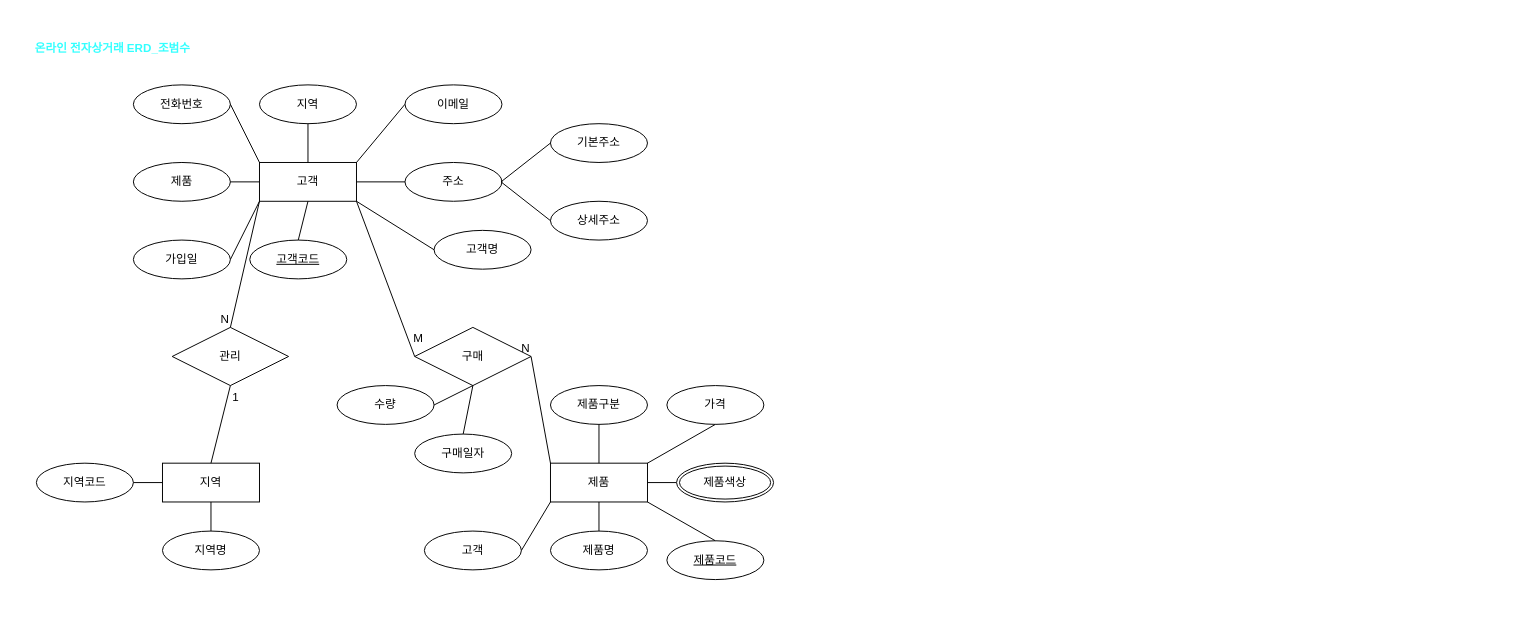
This is product.drawio from beomsu-j/bigdata, a draw.io file, before an edit. Source tidied: cells renumbered, new cells numbered last; positions are measured from the earlier drawing's top-left corner, leaving out a move shared by most shapes. Both pictures are drawn from the tidied source at 97%, with x=0, y=0 at pixel (16, 34).
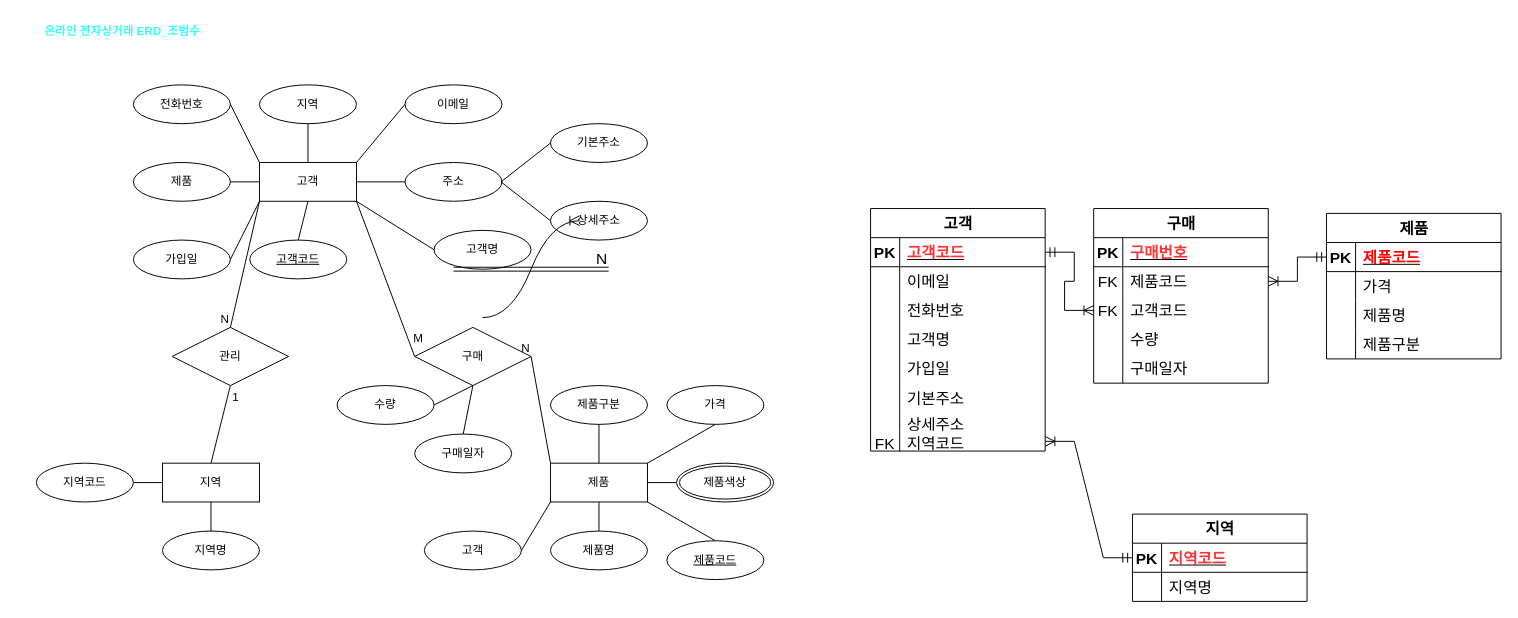
After the change.

What changed in the source:
```diff
@@
     <mxCell id="57" value="&lt;b&gt;&lt;font color=&quot;#33ffff&quot;&gt;온라인 전자상거래 ERD_조범수&amp;nbsp;&lt;/font&gt;&lt;/b&gt;" style="text;html=1;align=center;verticalAlign=middle;strokeColor=none;fillColor=none;" parent="1" vertex="1">
-      <mxGeometry width="200" height="30" as="geometry" />
+      <mxGeometry x="10" y="-18" width="200" height="30" as="geometry" />
     </mxCell>
+    <mxCell id="58" value="고객" style="shape=table;startSize=30;childLayout=tableLayout;rowLines=0;fontStyle=1;align=center;html=1;fontSize=16;" parent="1" vertex="1">
+      <mxGeometry x="880" y="179.5" width="180" height="250" as="geometry" />
+    </mxCell>
+    <mxCell id="59" style="shape=tableRow;horizontal=0;startSize=0;swimlaneHead=0;swimlaneBody=0;fillColor=none;points=[[0,0.5],[1,0.5]];portConstraint=eastwest;top=0;left=0;right=0;bottom=1;fontSize=16;" parent="58" vertex="1">
+      <mxGeometry y="30" width="180" height="30" as="geometry" />
+    </mxCell>
+    <mxCell id="60" value="PK" style="shape=partialRectangle;fillColor=none;top=0;left=0;bottom=0;right=0;fontStyle=1;overflow=hidden;whiteSpace=wrap;html=1;fontSize=16;" parent="59" vertex="1">
+      <mxGeometry width="30" height="30" as="geometry" />
+    </mxCell>
+    <mxCell id="61" value="&lt;font color=&quot;#ff3333&quot;&gt;고객코드&lt;/font&gt;" style="shape=partialRectangle;fillColor=none;top=0;left=0;bottom=0;right=0;align=left;spacingLeft=6;fontStyle=5;overflow=hidden;whiteSpace=wrap;html=1;fontSize=16;" parent="59" vertex="1">
+      <mxGeometry x="30" width="150" height="30" as="geometry" />
+    </mxCell>
+    <mxCell id="62" style="shape=tableRow;horizontal=0;startSize=0;swimlaneHead=0;swimlaneBody=0;fillColor=none;top=0;left=0;right=0;bottom=0;fontSize=16;" parent="58" vertex="1">
+      <mxGeometry y="60" width="180" height="30" as="geometry" />
+    </mxCell>
+    <mxCell id="63" style="shape=partialRectangle;fillColor=none;top=0;left=0;bottom=0;right=0;overflow=hidden;whiteSpace=wrap;html=1;fontSize=16;" parent="62" vertex="1">
+      <mxGeometry width="30" height="30" as="geometry" />
+    </mxCell>
+    <mxCell id="64" value="이메일" style="shape=partialRectangle;fillColor=none;top=0;left=0;bottom=0;right=0;align=left;spacingLeft=6;overflow=hidden;whiteSpace=wrap;html=1;fontSize=16;" parent="62" vertex="1">
+      <mxGeometry x="30" width="150" height="30" as="geometry" />
+    </mxCell>
+    <mxCell id="65" style="shape=tableRow;horizontal=0;startSize=0;swimlaneHead=0;swimlaneBody=0;fillColor=none;top=0;left=0;right=0;bottom=0;fontSize=16;" parent="58" vertex="1">
+      <mxGeometry y="90" width="180" height="30" as="geometry" />
+    </mxCell>
+    <mxCell id="66" style="shape=partialRectangle;fillColor=none;top=0;left=0;bottom=0;right=0;overflow=hidden;whiteSpace=wrap;html=1;fontSize=16;" parent="65" vertex="1">
+      <mxGeometry width="30" height="30" as="geometry" />
+    </mxCell>
+    <mxCell id="67" value="전화번호" style="shape=partialRectangle;fillColor=none;top=0;left=0;bottom=0;right=0;align=left;spacingLeft=6;overflow=hidden;whiteSpace=wrap;html=1;fontSize=16;" parent="65" vertex="1">
+      <mxGeometry x="30" width="150" height="30" as="geometry" />
+    </mxCell>
+    <mxCell id="68" style="shape=tableRow;horizontal=0;startSize=0;swimlaneHead=0;swimlaneBody=0;fillColor=none;top=0;left=0;right=0;bottom=0;fontSize=16;" parent="58" vertex="1">
+      <mxGeometry y="120" width="180" height="30" as="geometry" />
+    </mxCell>
+    <mxCell id="69" style="shape=partialRectangle;fillColor=none;top=0;left=0;bottom=0;right=0;overflow=hidden;whiteSpace=wrap;html=1;fontSize=16;" parent="68" vertex="1">
+      <mxGeometry width="30" height="30" as="geometry" />
+    </mxCell>
+    <mxCell id="70" value="고객명" style="shape=partialRectangle;fillColor=none;top=0;left=0;bottom=0;right=0;align=left;spacingLeft=6;overflow=hidden;whiteSpace=wrap;html=1;fontSize=16;" parent="68" vertex="1">
+      <mxGeometry x="30" width="150" height="30" as="geometry" />
+    </mxCell>
+    <mxCell id="71" style="shape=tableRow;horizontal=0;startSize=0;swimlaneHead=0;swimlaneBody=0;fillColor=none;top=0;left=0;right=0;bottom=0;fontSize=16;" parent="58" vertex="1">
+      <mxGeometry y="150" width="180" height="30" as="geometry" />
+    </mxCell>
+    <mxCell id="72" style="shape=partialRectangle;fillColor=none;top=0;left=0;bottom=0;right=0;overflow=hidden;whiteSpace=wrap;html=1;fontSize=16;" parent="71" vertex="1">
+      <mxGeometry width="30" height="30" as="geometry" />
+    </mxCell>
+    <mxCell id="73" value="가입일" style="shape=partialRectangle;fillColor=none;top=0;left=0;bottom=0;right=0;align=left;spacingLeft=6;overflow=hidden;whiteSpace=wrap;html=1;fontSize=16;" parent="71" vertex="1">
+      <mxGeometry x="30" width="150" height="30" as="geometry" />
+    </mxCell>
+    <mxCell id="74" style="shape=tableRow;horizontal=0;startSize=0;swimlaneHead=0;swimlaneBody=0;fillColor=none;top=0;left=0;right=0;bottom=0;fontSize=16;" parent="58" vertex="1">
+      <mxGeometry y="180" width="180" height="30" as="geometry" />
+    </mxCell>
+    <mxCell id="75" style="shape=partialRectangle;fillColor=none;top=0;left=0;bottom=0;right=0;overflow=hidden;whiteSpace=wrap;html=1;fontSize=16;" parent="74" vertex="1">
+      <mxGeometry width="30" height="30" as="geometry" />
+    </mxCell>
+    <mxCell id="76" value="기본주소" style="shape=partialRectangle;fillColor=none;top=0;left=0;bottom=0;right=0;align=left;spacingLeft=6;overflow=hidden;whiteSpace=wrap;html=1;fontSize=16;" parent="74" vertex="1">
+      <mxGeometry x="30" width="150" height="30" as="geometry" />
+    </mxCell>
+    <mxCell id="77" style="shape=tableRow;horizontal=0;startSize=0;swimlaneHead=0;swimlaneBody=0;fillColor=none;top=0;left=0;right=0;bottom=0;fontSize=16;" parent="58" vertex="1">
+      <mxGeometry y="210" width="180" height="20" as="geometry" />
+    </mxCell>
+    <mxCell id="78" style="shape=partialRectangle;fillColor=none;top=0;left=0;bottom=0;right=0;overflow=hidden;whiteSpace=wrap;html=1;fontSize=16;" parent="77" vertex="1">
+      <mxGeometry width="30" height="20" as="geometry" />
+    </mxCell>
+    <mxCell id="79" value="상세주소" style="shape=partialRectangle;fillColor=none;top=0;left=0;bottom=0;right=0;align=left;spacingLeft=6;overflow=hidden;whiteSpace=wrap;html=1;fontSize=16;" parent="77" vertex="1">
+      <mxGeometry x="30" width="150" height="20" as="geometry" />
+    </mxCell>
+    <mxCell id="80" style="shape=tableRow;horizontal=0;startSize=0;swimlaneHead=0;swimlaneBody=0;fillColor=none;points=[[0,0.5],[1,0.5]];portConstraint=eastwest;top=0;left=0;right=0;bottom=0;fontSize=16;" parent="58" vertex="1">
+      <mxGeometry y="230" width="180" height="20" as="geometry" />
+    </mxCell>
+    <mxCell id="81" value="FK" style="shape=partialRectangle;fillColor=none;top=0;left=0;bottom=0;right=0;overflow=hidden;whiteSpace=wrap;html=1;fontSize=16;" parent="80" vertex="1">
+      <mxGeometry width="30" height="20" as="geometry" />
+    </mxCell>
+    <mxCell id="82" value="지역코드" style="shape=partialRectangle;fillColor=none;top=0;left=0;bottom=0;right=0;align=left;spacingLeft=6;overflow=hidden;whiteSpace=wrap;html=1;fontSize=16;" parent="80" vertex="1">
+      <mxGeometry x="30" width="150" height="20" as="geometry" />
+    </mxCell>
+    <mxCell id="83" value="제품" style="shape=table;startSize=30;childLayout=tableLayout;rowLines=0;fontStyle=1;align=center;html=1;fontSize=16;" parent="1" vertex="1">
+      <mxGeometry x="1350" y="184.5" width="180" height="150" as="geometry" />
+    </mxCell>
+    <mxCell id="84" style="shape=tableRow;horizontal=0;startSize=0;swimlaneHead=0;swimlaneBody=0;fillColor=none;points=[[0,0.5],[1,0.5]];portConstraint=eastwest;top=0;left=0;right=0;bottom=1;fontSize=16;" parent="83" vertex="1">
+      <mxGeometry y="30" width="180" height="30" as="geometry" />
+    </mxCell>
+    <mxCell id="85" value="PK" style="shape=partialRectangle;fillColor=none;top=0;left=0;bottom=0;right=0;fontStyle=1;overflow=hidden;whiteSpace=wrap;html=1;fontSize=16;" parent="84" vertex="1">
+      <mxGeometry width="30" height="30" as="geometry" />
+    </mxCell>
+    <mxCell id="86" value="&lt;font color=&quot;#ff0000&quot;&gt;제품코드&lt;/font&gt;" style="shape=partialRectangle;fillColor=none;top=0;left=0;bottom=0;right=0;align=left;spacingLeft=6;fontStyle=5;overflow=hidden;whiteSpace=wrap;html=1;fontSize=16;" parent="84" vertex="1">
+      <mxGeometry x="30" width="150" height="30" as="geometry" />
+    </mxCell>
+    <mxCell id="87" style="shape=tableRow;horizontal=0;startSize=0;swimlaneHead=0;swimlaneBody=0;fillColor=none;top=0;left=0;right=0;bottom=0;fontSize=16;" parent="83" vertex="1">
+      <mxGeometry y="60" width="180" height="30" as="geometry" />
+    </mxCell>
+    <mxCell id="88" style="shape=partialRectangle;fillColor=none;top=0;left=0;bottom=0;right=0;overflow=hidden;whiteSpace=wrap;html=1;fontSize=16;" parent="87" vertex="1">
+      <mxGeometry width="30" height="30" as="geometry" />
+    </mxCell>
+    <mxCell id="89" value="가격" style="shape=partialRectangle;fillColor=none;top=0;left=0;bottom=0;right=0;align=left;spacingLeft=6;overflow=hidden;whiteSpace=wrap;html=1;fontSize=16;" parent="87" vertex="1">
+      <mxGeometry x="30" width="150" height="30" as="geometry" />
+    </mxCell>
+    <mxCell id="90" style="shape=tableRow;horizontal=0;startSize=0;swimlaneHead=0;swimlaneBody=0;fillColor=none;top=0;left=0;right=0;bottom=0;fontSize=16;" parent="83" vertex="1">
+      <mxGeometry y="90" width="180" height="30" as="geometry" />
+    </mxCell>
+    <mxCell id="91" style="shape=partialRectangle;fillColor=none;top=0;left=0;bottom=0;right=0;overflow=hidden;whiteSpace=wrap;html=1;fontSize=16;" parent="90" vertex="1">
+      <mxGeometry width="30" height="30" as="geometry" />
+    </mxCell>
+    <mxCell id="92" value="제품명" style="shape=partialRectangle;fillColor=none;top=0;left=0;bottom=0;right=0;align=left;spacingLeft=6;overflow=hidden;whiteSpace=wrap;html=1;fontSize=16;" parent="90" vertex="1">
+      <mxGeometry x="30" width="150" height="30" as="geometry" />
+    </mxCell>
+    <mxCell id="93" style="shape=tableRow;horizontal=0;startSize=0;swimlaneHead=0;swimlaneBody=0;fillColor=none;top=0;left=0;right=0;bottom=0;fontSize=16;" parent="83" vertex="1">
+      <mxGeometry y="120" width="180" height="30" as="geometry" />
+    </mxCell>
+    <mxCell id="94" style="shape=partialRectangle;fillColor=none;top=0;left=0;bottom=0;right=0;overflow=hidden;whiteSpace=wrap;html=1;fontSize=16;" parent="93" vertex="1">
+      <mxGeometry width="30" height="30" as="geometry" />
+    </mxCell>
+    <mxCell id="95" value="제품구분" style="shape=partialRectangle;fillColor=none;top=0;left=0;bottom=0;right=0;align=left;spacingLeft=6;overflow=hidden;whiteSpace=wrap;html=1;fontSize=16;" parent="93" vertex="1">
+      <mxGeometry x="30" width="150" height="30" as="geometry" />
+    </mxCell>
+    <mxCell id="96" value="구매" style="shape=table;startSize=30;childLayout=tableLayout;rowLines=0;fontStyle=1;align=center;html=1;fontSize=16;" parent="1" vertex="1">
+      <mxGeometry x="1110" y="179.5" width="180" height="180" as="geometry" />
+    </mxCell>
+    <mxCell id="97" style="shape=tableRow;horizontal=0;startSize=0;swimlaneHead=0;swimlaneBody=0;fillColor=none;top=0;left=0;right=0;bottom=1;fontSize=16;" parent="96" vertex="1">
+      <mxGeometry y="30" width="180" height="30" as="geometry" />
+    </mxCell>
+    <mxCell id="98" value="PK" style="shape=partialRectangle;fillColor=none;top=0;left=0;bottom=0;right=0;fontStyle=1;overflow=hidden;whiteSpace=wrap;html=1;fontSize=16;" parent="97" vertex="1">
+      <mxGeometry width="30" height="30" as="geometry" />
+    </mxCell>
+    <mxCell id="99" value="&lt;font color=&quot;#ff3333&quot;&gt;구매번호&lt;/font&gt;" style="shape=partialRectangle;fillColor=none;top=0;left=0;bottom=0;right=0;align=left;spacingLeft=6;fontStyle=5;overflow=hidden;whiteSpace=wrap;html=1;fontSize=16;" parent="97" vertex="1">
+      <mxGeometry x="30" width="150" height="30" as="geometry" />
+    </mxCell>
+    <mxCell id="100" style="shape=tableRow;horizontal=0;startSize=0;swimlaneHead=0;swimlaneBody=0;fillColor=none;points=[[0,0.5],[1,0.5]];portConstraint=eastwest;top=0;left=0;right=0;bottom=0;fontSize=16;" parent="96" vertex="1">
+      <mxGeometry y="60" width="180" height="30" as="geometry" />
+    </mxCell>
+    <mxCell id="101" value="FK" style="shape=partialRectangle;fillColor=none;top=0;left=0;bottom=0;right=0;overflow=hidden;whiteSpace=wrap;html=1;fontSize=16;" parent="100" vertex="1">
+      <mxGeometry width="30" height="30" as="geometry" />
+    </mxCell>
+    <mxCell id="102" value="제품코드" style="shape=partialRectangle;fillColor=none;top=0;left=0;bottom=0;right=0;align=left;spacingLeft=6;overflow=hidden;whiteSpace=wrap;html=1;fontSize=16;" parent="100" vertex="1">
+      <mxGeometry x="30" width="150" height="30" as="geometry" />
+    </mxCell>
+    <mxCell id="103" style="shape=tableRow;horizontal=0;startSize=0;swimlaneHead=0;swimlaneBody=0;fillColor=none;points=[[0,0.5],[1,0.5]];portConstraint=eastwest;top=0;left=0;right=0;bottom=0;fontSize=16;" parent="96" vertex="1">
+      <mxGeometry y="90" width="180" height="30" as="geometry" />
+    </mxCell>
+    <mxCell id="104" value="FK" style="shape=partialRectangle;fillColor=none;top=0;left=0;bottom=0;right=0;overflow=hidden;whiteSpace=wrap;html=1;fontSize=16;" parent="103" vertex="1">
+      <mxGeometry width="30" height="30" as="geometry" />
+    </mxCell>
+    <mxCell id="105" value="고객코드" style="shape=partialRectangle;fillColor=none;top=0;left=0;bottom=0;right=0;align=left;spacingLeft=6;overflow=hidden;whiteSpace=wrap;html=1;fontSize=16;" parent="103" vertex="1">
+      <mxGeometry x="30" width="150" height="30" as="geometry" />
+    </mxCell>
+    <mxCell id="106" style="shape=tableRow;horizontal=0;startSize=0;swimlaneHead=0;swimlaneBody=0;fillColor=none;top=0;left=0;right=0;bottom=0;fontSize=16;" parent="96" vertex="1">
+      <mxGeometry y="120" width="180" height="30" as="geometry" />
+    </mxCell>
+    <mxCell id="107" style="shape=partialRectangle;fillColor=none;top=0;left=0;bottom=0;right=0;overflow=hidden;whiteSpace=wrap;html=1;fontSize=16;" parent="106" vertex="1">
+      <mxGeometry width="30" height="30" as="geometry" />
+    </mxCell>
+    <mxCell id="108" value="수량" style="shape=partialRectangle;fillColor=none;top=0;left=0;bottom=0;right=0;align=left;spacingLeft=6;overflow=hidden;whiteSpace=wrap;html=1;fontSize=16;" parent="106" vertex="1">
+      <mxGeometry x="30" width="150" height="30" as="geometry" />
+    </mxCell>
+    <mxCell id="109" style="shape=tableRow;horizontal=0;startSize=0;swimlaneHead=0;swimlaneBody=0;fillColor=none;top=0;left=0;right=0;bottom=0;fontSize=16;" parent="96" vertex="1">
+      <mxGeometry y="150" width="180" height="30" as="geometry" />
+    </mxCell>
+    <mxCell id="110" style="shape=partialRectangle;fillColor=none;top=0;left=0;bottom=0;right=0;overflow=hidden;whiteSpace=wrap;html=1;fontSize=16;" parent="109" vertex="1">
+      <mxGeometry width="30" height="30" as="geometry" />
+    </mxCell>
+    <mxCell id="111" value="구매일자" style="shape=partialRectangle;fillColor=none;top=0;left=0;bottom=0;right=0;align=left;spacingLeft=6;overflow=hidden;whiteSpace=wrap;html=1;fontSize=16;" parent="109" vertex="1">
+      <mxGeometry x="30" width="150" height="30" as="geometry" />
+    </mxCell>
+    <mxCell id="112" style="shape=link;html=1;rounded=0;fontSize=12;startSize=8;endSize=8;curved=1;" parent="1" edge="1">
+      <mxGeometry relative="1" as="geometry">
+        <mxPoint x="450" y="242" as="sourcePoint" />
+        <mxPoint x="610" y="242" as="targetPoint" />
+      </mxGeometry>
+    </mxCell>
+    <mxCell id="113" value="N" style="html=1;whiteSpace=wrap;align=right;verticalAlign=bottom;fontSize=16;" parent="112" vertex="1">
+      <mxGeometry x="1" relative="1" as="geometry" />
+    </mxCell>
+    <mxCell id="114" style="edgeStyle=entityRelationEdgeStyle;fontSize=12;html=1;endArrow=ERoneToMany;rounded=0;startSize=8;endSize=8;curved=1;" parent="1" edge="1">
+      <mxGeometry relative="1" as="geometry">
+        <mxPoint x="480" y="292" as="sourcePoint" />
+        <mxPoint x="580" y="192" as="targetPoint" />
+      </mxGeometry>
+    </mxCell>
+    <mxCell id="115" style="edgeStyle=entityRelationEdgeStyle;fontSize=12;html=1;endArrow=ERoneToMany;startArrow=ERmandOne;rounded=0;startSize=8;endSize=8;curved=0;entryX=0;entryY=0.5;entryDx=0;entryDy=0;" parent="1" edge="1" source="59" target="103">
+      <mxGeometry relative="1" as="geometry" />
+    </mxCell>
+    <mxCell id="116" style="edgeStyle=entityRelationEdgeStyle;fontSize=12;html=1;endArrow=ERoneToMany;startArrow=ERmandOne;rounded=0;startSize=8;endSize=8;curved=0;entryX=1;entryY=0.5;entryDx=0;entryDy=0;exitX=0;exitY=0.5;exitDx=0;exitDy=0;" parent="1" edge="1" source="119" target="80">
+      <mxGeometry relative="1" as="geometry" />
+    </mxCell>
+    <mxCell id="117" style="edgeStyle=entityRelationEdgeStyle;fontSize=12;html=1;endArrow=ERoneToMany;startArrow=ERmandOne;rounded=0;startSize=8;endSize=8;curved=0;exitX=0;exitY=0.5;exitDx=0;exitDy=0;entryX=1;entryY=0.5;entryDx=0;entryDy=0;" parent="1" edge="1" source="84" target="100">
+      <mxGeometry relative="1" as="geometry" />
+    </mxCell>
+    <mxCell id="118" value="지역" style="shape=table;startSize=30;childLayout=tableLayout;rowLines=0;fontStyle=1;align=center;html=1;fontSize=16;" parent="1" vertex="1">
+      <mxGeometry x="1150" y="494.5" width="180" height="90" as="geometry" />
+    </mxCell>
+    <mxCell id="119" style="shape=tableRow;horizontal=0;startSize=0;swimlaneHead=0;swimlaneBody=0;fillColor=none;points=[[0,0.5],[1,0.5]];portConstraint=eastwest;top=0;left=0;right=0;bottom=1;fontSize=16;" parent="118" vertex="1">
+      <mxGeometry y="30" width="180" height="30" as="geometry" />
+    </mxCell>
+    <mxCell id="120" value="PK" style="shape=partialRectangle;fillColor=none;top=0;left=0;bottom=0;right=0;fontStyle=1;overflow=hidden;whiteSpace=wrap;html=1;fontSize=16;" parent="119" vertex="1">
+      <mxGeometry width="30" height="30" as="geometry" />
+    </mxCell>
+    <mxCell id="121" value="&lt;font color=&quot;#ff3333&quot;&gt;지역코드&lt;/font&gt;" style="shape=partialRectangle;fillColor=none;top=0;left=0;bottom=0;right=0;align=left;spacingLeft=6;fontStyle=5;overflow=hidden;whiteSpace=wrap;html=1;fontSize=16;" parent="119" vertex="1">
+      <mxGeometry x="30" width="150" height="30" as="geometry" />
+    </mxCell>
+    <mxCell id="122" style="shape=tableRow;horizontal=0;startSize=0;swimlaneHead=0;swimlaneBody=0;fillColor=none;top=0;left=0;right=0;bottom=0;fontSize=16;" parent="118" vertex="1">
+      <mxGeometry y="60" width="180" height="30" as="geometry" />
+    </mxCell>
+    <mxCell id="123" style="shape=partialRectangle;fillColor=none;top=0;left=0;bottom=0;right=0;overflow=hidden;whiteSpace=wrap;html=1;fontSize=16;" parent="122" vertex="1">
+      <mxGeometry width="30" height="30" as="geometry" />
+    </mxCell>
+    <mxCell id="124" value="지역명" style="shape=partialRectangle;fillColor=none;top=0;left=0;bottom=0;right=0;align=left;spacingLeft=6;overflow=hidden;whiteSpace=wrap;html=1;fontSize=16;" parent="122" vertex="1">
+      <mxGeometry x="30" width="150" height="30" as="geometry" />
+    </mxCell>
```
